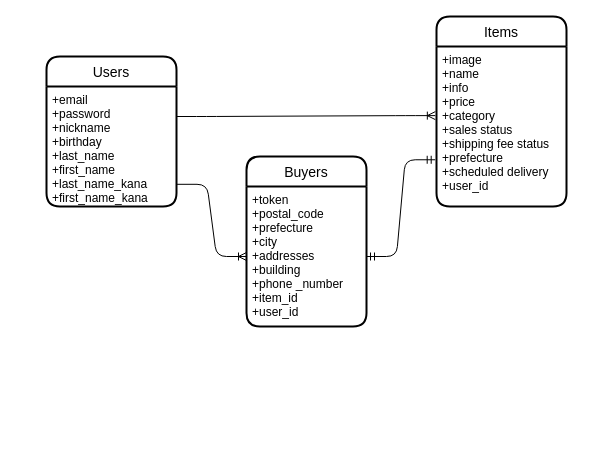
Before: furima-er.dio in kogureya/furima-35047, a draw.io diagram. Source tidied: cells renumbered, new cells numbered last; positions are measured from the earlier drawing's top-left corner, leaving out a move shared by most shapes. Both pictures are drawn from the tidied source at 100%, with x=0, y=0 at pixel (46, 16).
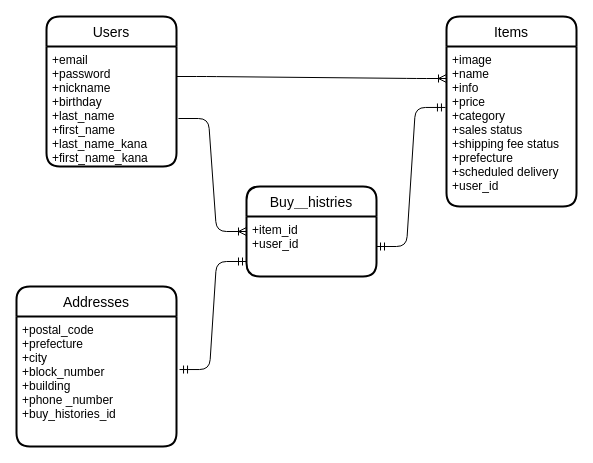
Above is the later version.

The edit, as a diff of the source:
```diff
@@
 <mxGraphModel>
   <root>
     <mxCell id="0" />
     <mxCell id="1" parent="0" />
     <mxCell id="2" value="Users" style="swimlane;horizontal=1;startSize=30;rounded=1;fontSize=14;fontStyle=0;strokeWidth=2;shadow=0;dashed=0;align=center;" parent="1" vertex="1">
-      <mxGeometry y="40" width="130" height="150" as="geometry" />
+      <mxGeometry width="130" height="150" as="geometry" />
     </mxCell>
     <mxCell id="3" value="+email&#10;+password&#10;+nickname&#10;+birthday&#10;+last_name&#10;+first_name&#10;+last_name_kana&#10;+first_name_kana" style="align=left;strokeColor=none;fillColor=none;spacingLeft=4;fontSize=12;verticalAlign=top;" parent="2" vertex="1">
       <mxGeometry y="30" width="130" height="120" as="geometry" />
     </mxCell>
-    <mxCell id="4" value="Buyers" style="swimlane;horizontal=1;startSize=30;rounded=1;fontSize=14;fontStyle=0;strokeWidth=2;shadow=0;dashed=0;align=center;" parent="1" vertex="1">
-      <mxGeometry x="200" y="140" width="120" height="170" as="geometry" />
+    <mxCell id="4" value="Buy＿histries" style="swimlane;horizontal=1;startSize=30;rounded=1;fontSize=14;fontStyle=0;strokeWidth=2;shadow=0;dashed=0;align=center;" parent="1" vertex="1">
+      <mxGeometry x="200" y="170" width="130" height="90" as="geometry" />
     </mxCell>
-    <mxCell id="5" value="+token&#10;+postal_code&#10;+prefecture&#10;+city&#10;+addresses&#10;+building&#10;+phone _number&#10;+item_id&#10;+user_id" style="align=left;strokeColor=none;fillColor=none;spacingLeft=4;fontSize=12;verticalAlign=top;" parent="4" vertex="1">
-      <mxGeometry y="30" width="120" height="140" as="geometry" />
+    <mxCell id="5" value="+item_id&#10;+user_id" style="align=left;strokeColor=none;fillColor=none;spacingLeft=4;fontSize=12;verticalAlign=top;" parent="4" vertex="1">
+      <mxGeometry y="30" width="130" height="60" as="geometry" />
     </mxCell>
+    <mxCell id="11" style="edgeStyle=orthogonalEdgeStyle;rounded=0;orthogonalLoop=1;jettySize=auto;html=1;exitX=0.5;exitY=1;exitDx=0;exitDy=0;" parent="4" edge="1" source="5" target="5">
+      <mxGeometry relative="1" as="geometry" />
+    </mxCell>
     <mxCell id="6" value="Items" style="swimlane;horizontal=1;startSize=30;rounded=1;fontSize=14;fontStyle=0;strokeWidth=2;shadow=0;dashed=0;align=center;" parent="1" vertex="1">
-      <mxGeometry x="390" width="130" height="190" as="geometry" />
+      <mxGeometry x="400" width="130" height="190" as="geometry" />
     </mxCell>
     <mxCell id="7" value="+image&#10;+name&#10;+info&#10;+price&#10;+category&#10;+sales status&#10;+shipping fee status&#10;+prefecture&#10;+scheduled delivery&#10;+user_id" style="align=left;strokeColor=none;fillColor=none;spacingLeft=4;fontSize=12;verticalAlign=top;" parent="6" vertex="1">
       <mxGeometry y="30" width="130" height="160" as="geometry" />
     </mxCell>
-    <mxCell id="8" style="edgeStyle=entityRelationEdgeStyle;fontSize=12;html=1;endArrow=ERoneToMany;exitX=1;exitY=0.25;exitDx=0;exitDy=0;entryX=-0.009;entryY=0.432;entryDx=0;entryDy=0;entryPerimeter=0;" parent="1" edge="1" source="3" target="7">
+    <mxCell id="8" style="edgeStyle=entityRelationEdgeStyle;fontSize=12;html=1;endArrow=ERoneToMany;exitX=1;exitY=0.25;exitDx=0;exitDy=0;entryX=0;entryY=0.2;entryDx=0;entryDy=0;entryPerimeter=0;" parent="1" edge="1" source="3" target="7">
       <mxGeometry relative="1" as="geometry" />
     </mxCell>
-    <mxCell id="9" style="edgeStyle=entityRelationEdgeStyle;fontSize=12;html=1;endArrow=ERmandOne;startArrow=ERmandOne;exitX=1;exitY=0.5;exitDx=0;exitDy=0;entryX=-0.01;entryY=0.708;entryDx=0;entryDy=0;entryPerimeter=0;" parent="1" edge="1" source="5" target="7">
+    <mxCell id="9" style="edgeStyle=entityRelationEdgeStyle;fontSize=12;html=1;endArrow=ERmandOne;startArrow=ERmandOne;exitX=1;exitY=0.5;exitDx=0;exitDy=0;entryX=-0.008;entryY=0.381;entryDx=0;entryDy=0;entryPerimeter=0;" parent="1" edge="1" source="5" target="7">
       <mxGeometry relative="1" as="geometry" />
     </mxCell>
-    <mxCell id="10" style="edgeStyle=entityRelationEdgeStyle;fontSize=12;html=1;endArrow=ERoneToMany;entryX=0;entryY=0.5;entryDx=0;entryDy=0;exitX=1.004;exitY=0.815;exitDx=0;exitDy=0;exitPerimeter=0;" parent="1" edge="1" source="3" target="5">
+    <mxCell id="10" style="edgeStyle=entityRelationEdgeStyle;fontSize=12;html=1;endArrow=ERoneToMany;entryX=0;entryY=0.25;entryDx=0;entryDy=0;exitX=1.015;exitY=0.6;exitDx=0;exitDy=0;exitPerimeter=0;" parent="1" edge="1" source="3" target="5">
       <mxGeometry relative="1" as="geometry" />
     </mxCell>
+    <mxCell id="12" value="Addresses" style="swimlane;horizontal=1;startSize=30;rounded=1;fontSize=14;fontStyle=0;strokeWidth=2;shadow=0;dashed=0;align=center;" parent="1" vertex="1">
+      <mxGeometry x="-30" y="270" width="160" height="160" as="geometry" />
+    </mxCell>
+    <mxCell id="13" value="+postal_code&#10;+prefecture&#10;+city&#10;+block_number&#10;+building&#10;+phone _number&#10;+buy_histories_id" style="align=left;strokeColor=none;fillColor=none;spacingLeft=4;fontSize=12;verticalAlign=top;" parent="12" vertex="1">
+      <mxGeometry y="30" width="160" height="130" as="geometry" />
+    </mxCell>
+    <mxCell id="14" style="edgeStyle=entityRelationEdgeStyle;fontSize=12;html=1;endArrow=ERmandOne;startArrow=ERmandOne;entryX=0;entryY=0.75;entryDx=0;entryDy=0;exitX=1.019;exitY=0.408;exitDx=0;exitDy=0;exitPerimeter=0;" parent="1" edge="1" source="13" target="5">
+      <mxGeometry relative="1" as="geometry" />
+    </mxCell>
   </root>
 </mxGraphModel>
```
